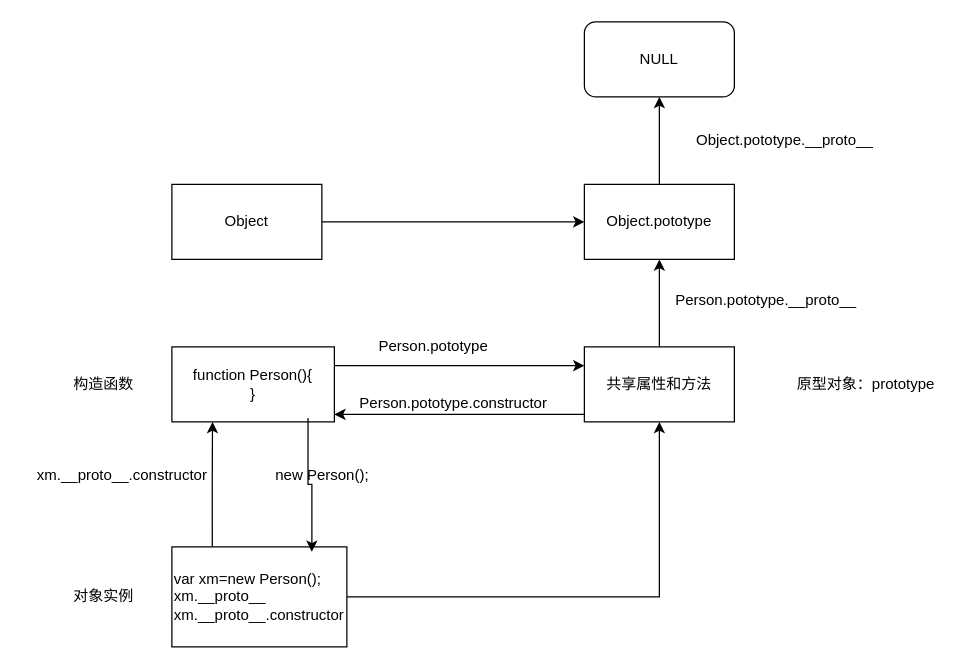
Above: web/js/oop/js_oop_原型_原型链.drawio in jwt98k/draw (draw.io), before the change. Source tidied: cells renumbered, new cells numbered last; positions are measured from the earlier drawing's top-left corner, leaving out a move shared by most shapes. Both pictures are drawn from the tidied source at 125%, with x=0, y=0 at pixel (21, 21).
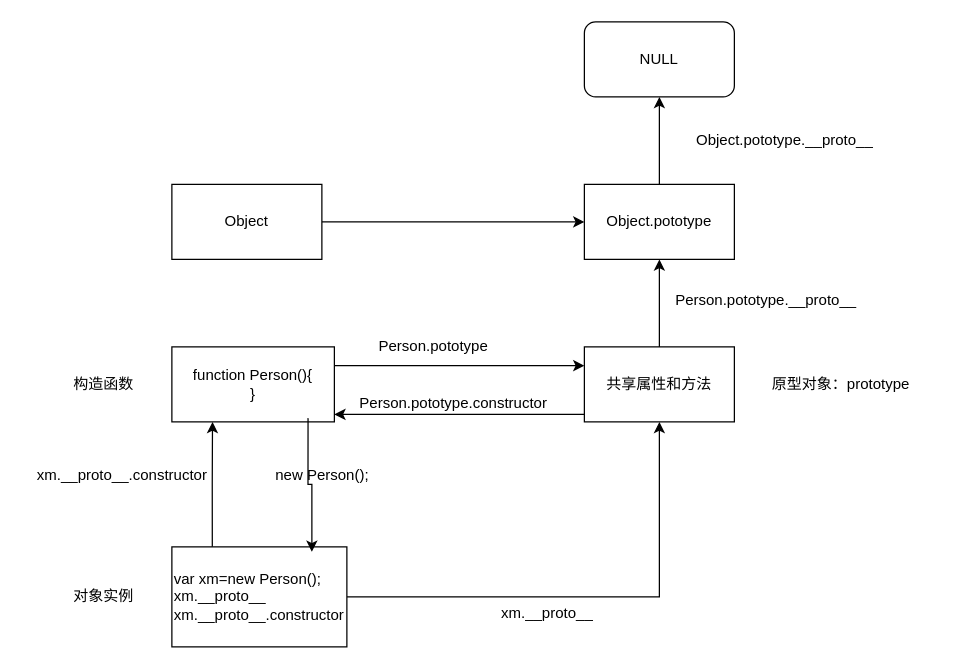
The same diagram, later.

Commit message (it also covers changes not shown here):
更新js_oop_原型_原型链.drawio

The edit, as a diff of the source:
```diff
@@
     <mxCell id="15" value="原型对象：prototype" style="text;html=1;align=center;verticalAlign=middle;strokeColor=none;fillColor=none;" parent="1" vertex="1">
-      <mxGeometry x="610" y="275" width="130" height="30" as="geometry" />
+      <mxGeometry x="590" y="275" width="130" height="30" as="geometry" />
     </mxCell>
@@
+    <mxCell id="25" value="xm.__proto__" style="text;html=1;align=center;verticalAlign=middle;strokeColor=none;fillColor=none;" parent="1" vertex="1">
+      <mxGeometry x="370" y="458" width="100" height="30" as="geometry" />
+    </mxCell>
```
